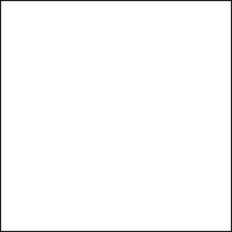
Before: docs/axi_dma.drawio.svg, a diagram exported from draw.io (aignacio/axi_dma). Source tidied: cells renumbered, new cells last; positions are measured from the earlier drawing's top-left corner, leaving out a move shared by most shapes.
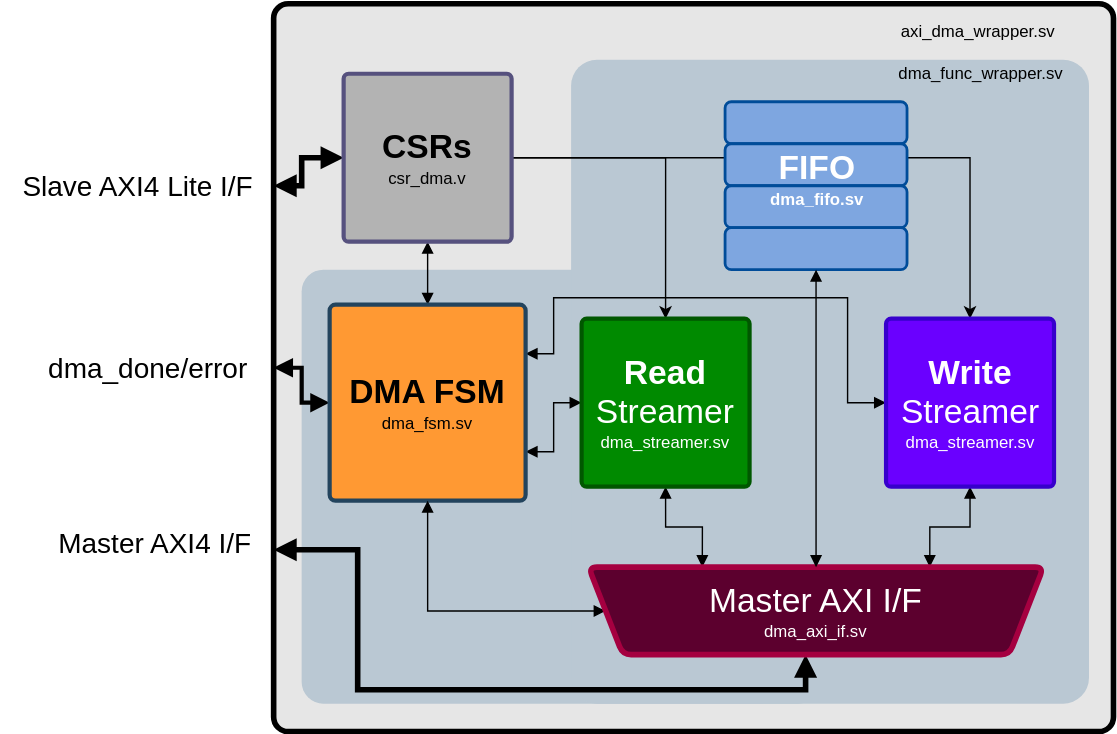
The same diagram one commit later.

Diff of the diagram source:
```diff
@@ -2,8 +2,121 @@
   <root>
     <mxCell id="0" />
     <mxCell id="1" parent="0" />
+    <mxCell id="3" style="rounded=1;whiteSpace=wrap;html=1;fontSize=12;fontColor=#BAC8D3;strokeColor=default;strokeWidth=4;fillColor=#E6E6E6;arcSize=2;" parent="1" vertex="1">
+      <mxGeometry x="-50" y="-50" width="600" height="520" as="geometry" />
+    </mxCell>
+    <mxCell id="4" style="group;" parent="1" vertex="1">
+      <mxGeometry x="-30" y="-10" width="562.5" height="460" as="geometry" />
+    </mxCell>
+    <mxCell id="5" style="rounded=1;whiteSpace=wrap;html=1;fontSize=12;fontColor=#BAC8D3;strokeColor=none;strokeWidth=4;fillColor=#BAC8D3;arcSize=5;" parent="4" vertex="1">
+      <mxGeometry y="150" width="370" height="310" as="geometry" />
+    </mxCell>
+    <mxCell id="6" style="rounded=1;whiteSpace=wrap;html=1;fontSize=12;fontColor=#BAC8D3;strokeColor=none;strokeWidth=4;fillColor=#BAC8D3;arcSize=5;" parent="4" vertex="1">
+      <mxGeometry x="192.5" width="370" height="460" as="geometry" />
+    </mxCell>
+    <mxCell id="7" value="&lt;font color=&quot;#000000&quot;&gt;dma_func_wrapper.sv&lt;/font&gt;" style="text;html=1;align=center;verticalAlign=middle;strokeColor=none;fillColor=none;fontSize=12;fontColor=#FFFFFF;" parent="4" vertex="1">
+      <mxGeometry x="420" width="130" height="20" as="geometry" />
+    </mxCell>
+    <mxCell id="8" style="edgeStyle=orthogonalEdgeStyle;rounded=0;jettySize=auto;html=1;fontSize=12;fontColor=#FFFFFF;startArrow=block;startFill=1;endArrow=block;endFill=1;" parent="1" edge="1" source="2" target="15">
+      <mxGeometry relative="1" as="geometry" />
+    </mxCell>
+    <mxCell id="9" style="edgeStyle=orthogonalEdgeStyle;rounded=0;jettySize=auto;html=1;exitX=0;exitY=0.5;exitDx=0;exitDy=0;entryX=0;entryY=0.25;entryDx=0;entryDy=0;fontSize=12;fontColor=#BAC8D3;startArrow=block;startFill=1;endArrow=block;endFill=1;strokeWidth=4;" parent="1" edge="1" source="2" target="3">
+      <mxGeometry relative="1" as="geometry">
+        <Array as="points">
+          <mxPoint x="-30" y="60" />
+          <mxPoint x="-30" y="80" />
+        </Array>
+      </mxGeometry>
+    </mxCell>
+    <mxCell id="10" style="edgeStyle=orthogonalEdgeStyle;rounded=0;jettySize=auto;html=1;exitX=1;exitY=0.5;exitDx=0;exitDy=0;entryX=0.5;entryY=0;entryDx=0;entryDy=0;" parent="1" edge="1" source="2" target="17">
+      <mxGeometry relative="1" as="geometry" />
+    </mxCell>
+    <mxCell id="11" style="edgeStyle=orthogonalEdgeStyle;rounded=0;jettySize=auto;html=1;exitX=1;exitY=0.5;exitDx=0;exitDy=0;entryX=0.5;entryY=0;entryDx=0;entryDy=0;" parent="1" edge="1" source="2" target="19">
+      <mxGeometry relative="1" as="geometry" />
+    </mxCell>
-    <mxCell id="2" style="whiteSpace=wrap;html=1;" parent="1" vertex="1">
-      <mxGeometry width="220" height="220" as="geometry" />
+    <mxCell id="2" value="&lt;font style=&quot;&quot;&gt;&lt;span style=&quot;font-size: 24px;&quot;&gt;&lt;b&gt;CSRs&lt;/b&gt;&lt;/span&gt;&lt;br&gt;&lt;font style=&quot;font-size: 12px;&quot;&gt;csr_dma.v&lt;/font&gt;&lt;br&gt;&lt;/font&gt;" style="whiteSpace=wrap;html=1;rounded=1;arcSize=3;fillColor=#B3B3B3;strokeColor=#56517e;strokeWidth=3;" parent="1" vertex="1">
+      <mxGeometry width="120" height="120" as="geometry" />
     </mxCell>
+    <mxCell id="12" style="edgeStyle=orthogonalEdgeStyle;rounded=0;jettySize=auto;html=1;exitX=1;exitY=0.75;exitDx=0;exitDy=0;entryX=0;entryY=0.5;entryDx=0;entryDy=0;fontSize=12;fontColor=#FFFFFF;startArrow=block;startFill=1;endArrow=block;endFill=1;" parent="1" edge="1" source="15" target="17">
+      <mxGeometry relative="1" as="geometry" />
+    </mxCell>
+    <mxCell id="13" style="edgeStyle=orthogonalEdgeStyle;rounded=0;jettySize=auto;html=1;exitX=1;exitY=0.25;exitDx=0;exitDy=0;fontSize=12;fontColor=#FFFFFF;startArrow=block;startFill=1;endArrow=block;endFill=1;entryX=0;entryY=0.5;entryDx=0;entryDy=0;" parent="1" edge="1" source="15" target="19">
+      <mxGeometry relative="1" as="geometry">
+        <Array as="points">
+          <mxPoint x="150" y="200" />
+          <mxPoint x="150" y="160" />
+          <mxPoint x="360" y="160" />
+          <mxPoint x="360" y="235" />
+        </Array>
+      </mxGeometry>
+    </mxCell>
+    <mxCell id="14" style="edgeStyle=orthogonalEdgeStyle;rounded=0;jettySize=auto;html=1;exitX=0;exitY=0.5;exitDx=0;exitDy=0;fontSize=12;fontColor=#BAC8D3;startArrow=block;startFill=1;endArrow=block;endFill=1;strokeWidth=3;" parent="1" edge="1" source="15">
+      <mxGeometry relative="1" as="geometry">
+        <mxPoint x="-50" y="210" as="targetPoint" />
+      </mxGeometry>
+    </mxCell>
+    <mxCell id="15" value="&lt;font style=&quot;&quot;&gt;&lt;b&gt;&lt;span style=&quot;font-size: 24px;&quot;&gt;DMA FSM&lt;/span&gt;&lt;br&gt;&lt;/b&gt;&lt;font style=&quot;font-size: 12px;&quot;&gt;dma_fsm.sv&lt;/font&gt;&lt;br&gt;&lt;/font&gt;" style="whiteSpace=wrap;html=1;rounded=1;arcSize=3;fillColor=#FF9933;strokeColor=#23445d;strokeWidth=3;" parent="1" vertex="1">
+      <mxGeometry x="-10" y="165" width="140" height="140" as="geometry" />
+    </mxCell>
+    <mxCell id="16" style="edgeStyle=orthogonalEdgeStyle;rounded=0;jettySize=auto;html=1;exitX=0.5;exitY=1;exitDx=0;exitDy=0;entryX=0.75;entryY=1;entryDx=0;entryDy=0;fontSize=12;fontColor=#FFFFFF;startArrow=block;startFill=1;endArrow=block;endFill=1;" parent="1" edge="1" source="17" target="28">
+      <mxGeometry relative="1" as="geometry" />
+    </mxCell>
+    <mxCell id="17" value="&lt;font style=&quot;&quot;&gt;&lt;span style=&quot;font-size: 24px;&quot;&gt;&lt;b&gt;Read&lt;/b&gt; Streamer&lt;/span&gt;&lt;br&gt;&lt;font style=&quot;font-size: 12px;&quot;&gt;dma_streamer.sv&lt;/font&gt;&lt;br&gt;&lt;/font&gt;" style="whiteSpace=wrap;html=1;rounded=1;arcSize=3;fillColor=#008a00;strokeColor=#005700;strokeWidth=3;fontColor=#ffffff;" parent="1" vertex="1">
+      <mxGeometry x="170" y="175" width="120" height="120" as="geometry" />
+    </mxCell>
+    <mxCell id="18" style="edgeStyle=orthogonalEdgeStyle;rounded=0;jettySize=auto;html=1;exitX=0.5;exitY=1;exitDx=0;exitDy=0;entryX=0.25;entryY=1;entryDx=0;entryDy=0;fontSize=12;fontColor=#FFFFFF;startArrow=block;startFill=1;endArrow=block;endFill=1;" parent="1" edge="1" source="19" target="28">
+      <mxGeometry relative="1" as="geometry" />
+    </mxCell>
+    <mxCell id="19" value="&lt;font style=&quot;&quot;&gt;&lt;span style=&quot;font-size: 24px;&quot;&gt;&lt;b&gt;Write&lt;/b&gt; Streamer&lt;/span&gt;&lt;br&gt;&lt;font style=&quot;font-size: 12px;&quot;&gt;dma_streamer.sv&lt;/font&gt;&lt;br&gt;&lt;/font&gt;" style="whiteSpace=wrap;html=1;rounded=1;arcSize=3;fillColor=#6a00ff;strokeColor=#3700CC;strokeWidth=3;fontColor=#ffffff;" parent="1" vertex="1">
+      <mxGeometry x="387.5" y="175" width="120" height="120" as="geometry" />
+    </mxCell>
+    <mxCell id="20" style="group;" parent="1" vertex="1">
+      <mxGeometry x="272.5" y="20" width="130" height="120" as="geometry" />
+    </mxCell>
+    <mxCell id="21" style="rounded=1;whiteSpace=wrap;html=1;fontSize=12;fontColor=#000000;strokeColor=#004C99;strokeWidth=2;fillColor=#7EA6E0;" parent="20" vertex="1">
+      <mxGeometry width="130" height="30" as="geometry" />
+    </mxCell>
+    <mxCell id="22" style="rounded=1;whiteSpace=wrap;html=1;fontSize=12;fontColor=#000000;strokeColor=#004C99;strokeWidth=2;fillColor=#7EA6E0;" parent="20" vertex="1">
+      <mxGeometry y="30" width="130" height="30" as="geometry" />
+    </mxCell>
+    <mxCell id="23" style="rounded=1;whiteSpace=wrap;html=1;fontSize=12;fontColor=#000000;strokeColor=#004C99;strokeWidth=2;fillColor=#7EA6E0;" parent="20" vertex="1">
+      <mxGeometry y="60" width="130" height="30" as="geometry" />
+    </mxCell>
+    <mxCell id="24" style="rounded=1;whiteSpace=wrap;html=1;fontSize=12;fontColor=#000000;strokeColor=#004C99;strokeWidth=2;fillColor=#7EA6E0;fontStyle=1;" parent="20" vertex="1">
+      <mxGeometry y="90" width="130" height="30" as="geometry" />
+    </mxCell>
+    <mxCell id="25" value="&lt;font style=&quot;&quot;&gt;&lt;b&gt;&lt;font color=&quot;#ffffff&quot;&gt;&lt;span style=&quot;font-size: 24px;&quot;&gt;FIFO&lt;/span&gt;&lt;br&gt;&lt;font style=&quot;font-size: 12px;&quot;&gt;dma_fifo.sv&lt;/font&gt;&lt;/font&gt;&lt;/b&gt;&lt;br&gt;&lt;/font&gt;" style="text;html=1;align=center;verticalAlign=middle;strokeColor=none;fillColor=none;fontSize=12;fontColor=#000000;strokeWidth=4;" parent="20" vertex="1">
+      <mxGeometry x="25" y="35" width="80" height="40" as="geometry" />
+    </mxCell>
+    <mxCell id="26" style="edgeStyle=orthogonalEdgeStyle;rounded=0;jettySize=auto;html=1;entryX=0.5;entryY=1;entryDx=0;entryDy=0;fontSize=12;fontColor=#FFFFFF;startArrow=block;startFill=1;endArrow=block;endFill=1;" parent="1" edge="1" source="28" target="15">
+      <mxGeometry relative="1" as="geometry" />
+    </mxCell>
+    <mxCell id="27" style="edgeStyle=orthogonalEdgeStyle;rounded=0;jettySize=auto;html=1;entryX=0;entryY=0.75;entryDx=0;entryDy=0;fontSize=12;fontColor=#BAC8D3;startArrow=block;startFill=1;endArrow=block;endFill=1;exitX=0.523;exitY=0;exitDx=0;exitDy=0;exitPerimeter=0;strokeWidth=4;" parent="1" edge="1" source="28" target="3">
+      <mxGeometry relative="1" as="geometry">
+        <Array as="points">
+          <mxPoint x="330" y="440" />
+          <mxPoint x="10" y="440" />
+          <mxPoint x="10" y="340" />
+        </Array>
+      </mxGeometry>
+    </mxCell>
+    <mxCell id="28" value="&lt;font style=&quot;&quot;&gt;&lt;span style=&quot;font-size: 24px;&quot;&gt;Master AXI I/F&lt;/span&gt;&lt;br&gt;&lt;font style=&quot;font-size: 12px;&quot;&gt;dma_axi_if.sv&lt;/font&gt;&lt;br&gt;&lt;/font&gt;" style="verticalLabelPosition=middle;verticalAlign=middle;html=1;shape=trapezoid;perimeter=trapezoidPerimeter;whiteSpace=wrap;size=0.07500000000000001;arcSize=12;flipV=0;labelPosition=center;align=center;rounded=1;fontSize=12;fontColor=#ffffff;strokeColor=#A50040;strokeWidth=4;fillColor=#5C002E;rotation=90;horizontal=0;direction=south;flipH=0;" parent="1" vertex="1">
+      <mxGeometry x="306.2" y="221.2" width="62.5" height="325" as="geometry" />
+    </mxCell>
+    <mxCell id="29" style="edgeStyle=orthogonalEdgeStyle;rounded=0;jettySize=auto;html=1;exitX=0.5;exitY=1;exitDx=0;exitDy=0;fontSize=12;fontColor=#FFFFFF;endArrow=block;endFill=1;startArrow=block;startFill=1;" parent="1" edge="1" source="24" target="28">
+      <mxGeometry relative="1" as="geometry" />
+    </mxCell>
+    <mxCell id="30" value="&lt;font color=&quot;#000000&quot;&gt;axi_dma_wrapper.sv&lt;/font&gt;" style="text;html=1;align=center;verticalAlign=middle;strokeColor=none;fillColor=none;fontSize=12;fontColor=#FFFFFF;" parent="1" vertex="1">
+      <mxGeometry x="387.5" y="-40" width="130" height="20" as="geometry" />
+    </mxCell>
+    <mxCell id="31" value="&lt;font color=&quot;#000000&quot; style=&quot;font-size: 20px;&quot;&gt;dma_done/error&lt;/font&gt;" style="text;html=1;align=center;verticalAlign=middle;strokeColor=none;fillColor=none;fontSize=12;fontColor=#BAC8D3;" parent="1" vertex="1">
+      <mxGeometry x="-220" y="200" width="160" height="20" as="geometry" />
+    </mxCell>
+    <mxCell id="32" value="&lt;font color=&quot;#000000&quot; style=&quot;font-size: 20px;&quot;&gt;&amp;nbsp;Slave AXI4 Lite I/F&lt;/font&gt;" style="text;html=1;align=center;verticalAlign=middle;strokeColor=none;fillColor=none;fontSize=12;fontColor=#BAC8D3;" parent="1" vertex="1">
+      <mxGeometry x="-245" y="70" width="190" height="20" as="geometry" />
+    </mxCell>
+    <mxCell id="33" value="Master AXI4 I/F" style="text;html=1;align=center;verticalAlign=middle;strokeColor=none;fillColor=none;fontSize=20;fontColor=#000000;" parent="1" vertex="1">
+      <mxGeometry x="-210" y="320" width="150" height="30" as="geometry" />
+    </mxCell>
   </root>
 </mxGraphModel>
```
